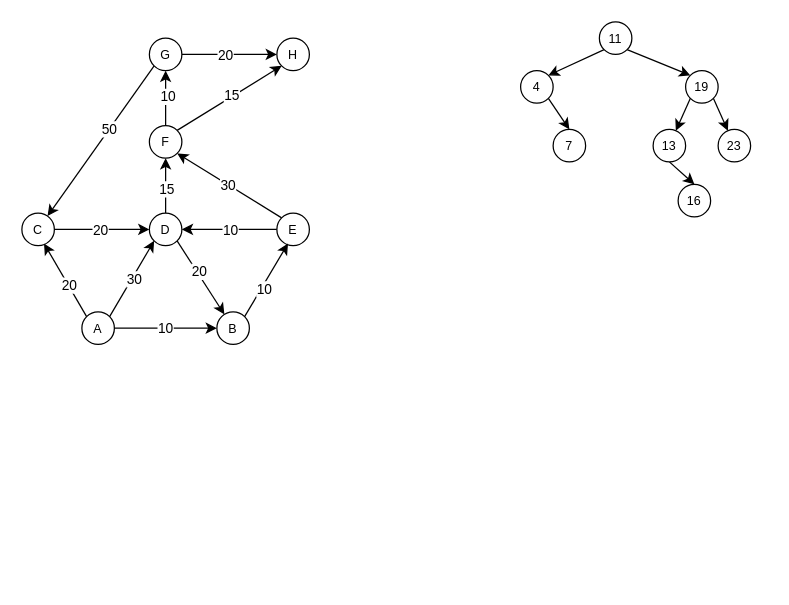
Above: page "Page-10" (10 of 13) of Graph.drawio in JoernWVSG/diagram (draw.io), before the change. Source tidied: cells renumbered, new cells numbered last; positions are measured from the earlier drawing's top-left corner, leaving out a move shared by most shapes. Both pictures are drawn from the tidied source at 125%, with x=0, y=0 at pixel (21, 21).
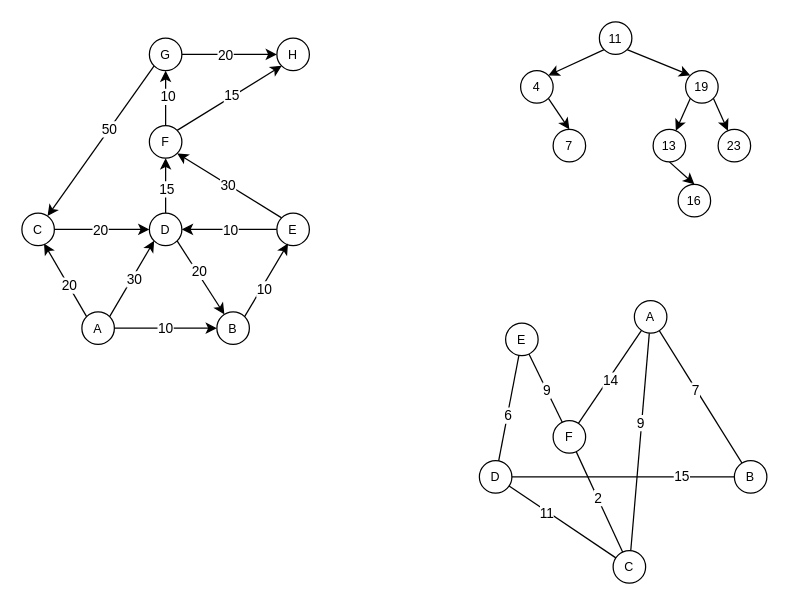
Above is the later version.

What changed in the source:
```diff
@@
+    <mxCell id="48" style="edgeStyle=none;rounded=0;jettySize=auto;html=1;endArrow=none;endFill=0;" parent="1" edge="1" source="52" target="55">
+      <mxGeometry relative="1" as="geometry" />
+    </mxCell>
+    <mxCell id="49" value="9" style="edgeLabel;html=1;align=center;verticalAlign=middle;" parent="48" vertex="1">
+      <mxGeometry x="0.04" relative="1" as="geometry" />
+    </mxCell>
+    <mxCell id="50" style="edgeStyle=none;rounded=0;jettySize=auto;html=1;endArrow=none;endFill=0;" parent="1" edge="1" source="52" target="64">
+      <mxGeometry relative="1" as="geometry" />
+    </mxCell>
+    <mxCell id="51" value="6" style="edgeLabel;html=1;align=center;verticalAlign=middle;" parent="50" vertex="1">
+      <mxGeometry x="0.14" relative="1" as="geometry" />
+    </mxCell>
+    <mxCell id="52" value="E" style="ellipse;whiteSpace=wrap;html=1;fontSize=10;verticalAlign=middle;" parent="1" vertex="1">
+      <mxGeometry x="387" y="241" width="26" height="26" as="geometry" />
+    </mxCell>
+    <mxCell id="53" style="edgeStyle=none;rounded=0;jettySize=auto;html=1;endArrow=none;endFill=0;" parent="1" edge="1" source="55" target="60">
+      <mxGeometry relative="1" as="geometry" />
+    </mxCell>
+    <mxCell id="54" value="&lt;div&gt;14&lt;/div&gt;" style="edgeLabel;html=1;align=center;verticalAlign=middle;" parent="53" vertex="1">
+      <mxGeometry x="-0.04" y="-1" relative="1" as="geometry" />
+    </mxCell>
+    <mxCell id="55" value="&lt;div&gt;F&lt;/div&gt;" style="ellipse;whiteSpace=wrap;html=1;fontSize=10;verticalAlign=middle;" parent="1" vertex="1">
+      <mxGeometry x="425" y="319" width="26" height="26" as="geometry" />
+    </mxCell>
+    <mxCell id="56" style="edgeStyle=none;rounded=0;jettySize=auto;html=1;endArrow=none;endFill=0;" parent="1" edge="1" source="60" target="61">
+      <mxGeometry relative="1" as="geometry" />
+    </mxCell>
+    <mxCell id="57" value="7" style="edgeLabel;html=1;align=center;verticalAlign=middle;" parent="56" vertex="1">
+      <mxGeometry x="-0.12" y="-1" relative="1" as="geometry" />
+    </mxCell>
+    <mxCell id="58" style="edgeStyle=none;rounded=0;jettySize=auto;html=1;endArrow=none;endFill=0;" parent="1" edge="1" source="60" target="69">
+      <mxGeometry relative="1" as="geometry" />
+    </mxCell>
+    <mxCell id="59" value="9" style="edgeLabel;html=1;align=center;verticalAlign=middle;" parent="58" vertex="1">
+      <mxGeometry x="-0.18" y="-1" relative="1" as="geometry" />
+    </mxCell>
+    <mxCell id="60" value="A" style="ellipse;whiteSpace=wrap;html=1;fontSize=10;verticalAlign=middle;" parent="1" vertex="1">
+      <mxGeometry x="490" y="223" width="26" height="26" as="geometry" />
+    </mxCell>
+    <mxCell id="61" value="B" style="ellipse;whiteSpace=wrap;html=1;fontSize=10;verticalAlign=middle;" parent="1" vertex="1">
+      <mxGeometry x="570" y="351" width="26" height="26" as="geometry" />
+    </mxCell>
+    <mxCell id="62" style="edgeStyle=none;rounded=0;jettySize=auto;html=1;endArrow=none;endFill=0;" parent="1" edge="1" source="64" target="61">
+      <mxGeometry relative="1" as="geometry" />
+    </mxCell>
+    <mxCell id="63" value="15" style="edgeLabel;html=1;align=center;verticalAlign=middle;" parent="62" vertex="1">
+      <mxGeometry x="0.52" y="1" relative="1" as="geometry" />
+    </mxCell>
+    <mxCell id="64" value="D" style="ellipse;whiteSpace=wrap;html=1;fontSize=10;verticalAlign=middle;" parent="1" vertex="1">
+      <mxGeometry x="366" y="351" width="26" height="26" as="geometry" />
+    </mxCell>
+    <mxCell id="65" style="edgeStyle=none;rounded=0;jettySize=auto;html=1;endArrow=none;endFill=0;" parent="1" edge="1" source="69" target="55">
+      <mxGeometry relative="1" as="geometry" />
+    </mxCell>
+    <mxCell id="66" value="2" style="edgeLabel;html=1;align=center;verticalAlign=middle;" parent="65" vertex="1">
+      <mxGeometry x="0.07" relative="1" as="geometry">
+        <mxPoint y="-1" as="offset" />
+      </mxGeometry>
+    </mxCell>
+    <mxCell id="67" style="edgeStyle=none;rounded=0;jettySize=auto;html=1;endArrow=none;endFill=0;" parent="1" edge="1" source="69" target="64">
+      <mxGeometry relative="1" as="geometry" />
+    </mxCell>
+    <mxCell id="68" value="11" style="edgeLabel;html=1;align=center;verticalAlign=middle;" parent="67" vertex="1">
+      <mxGeometry x="0.28" y="1" relative="1" as="geometry" />
+    </mxCell>
+    <mxCell id="69" value="C" style="ellipse;whiteSpace=wrap;html=1;fontSize=10;verticalAlign=middle;" parent="1" vertex="1">
+      <mxGeometry x="473" y="423" width="26" height="26" as="geometry" />
+    </mxCell>
```
